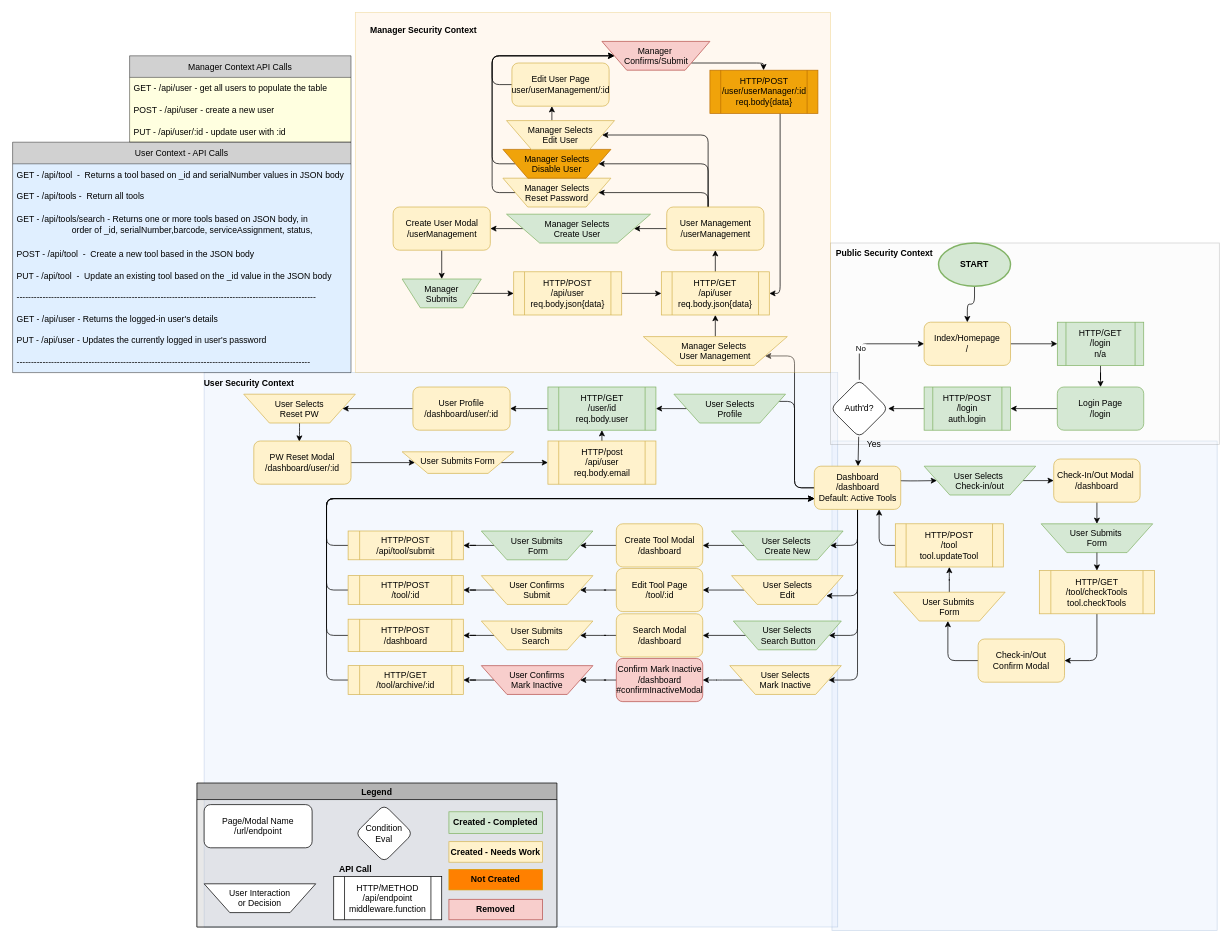
The draw.io diagram designDocument/apiTree.drawio in DaveLuhman/toolkeeper, before the edit. Source tidied: cells renumbered, new cells numbered last; positions are measured from the earlier drawing's top-left corner, leaving out a move shared by most shapes. Both pictures are drawn from the tidied source at 72%, with x=0, y=0 at pixel (12, 12).
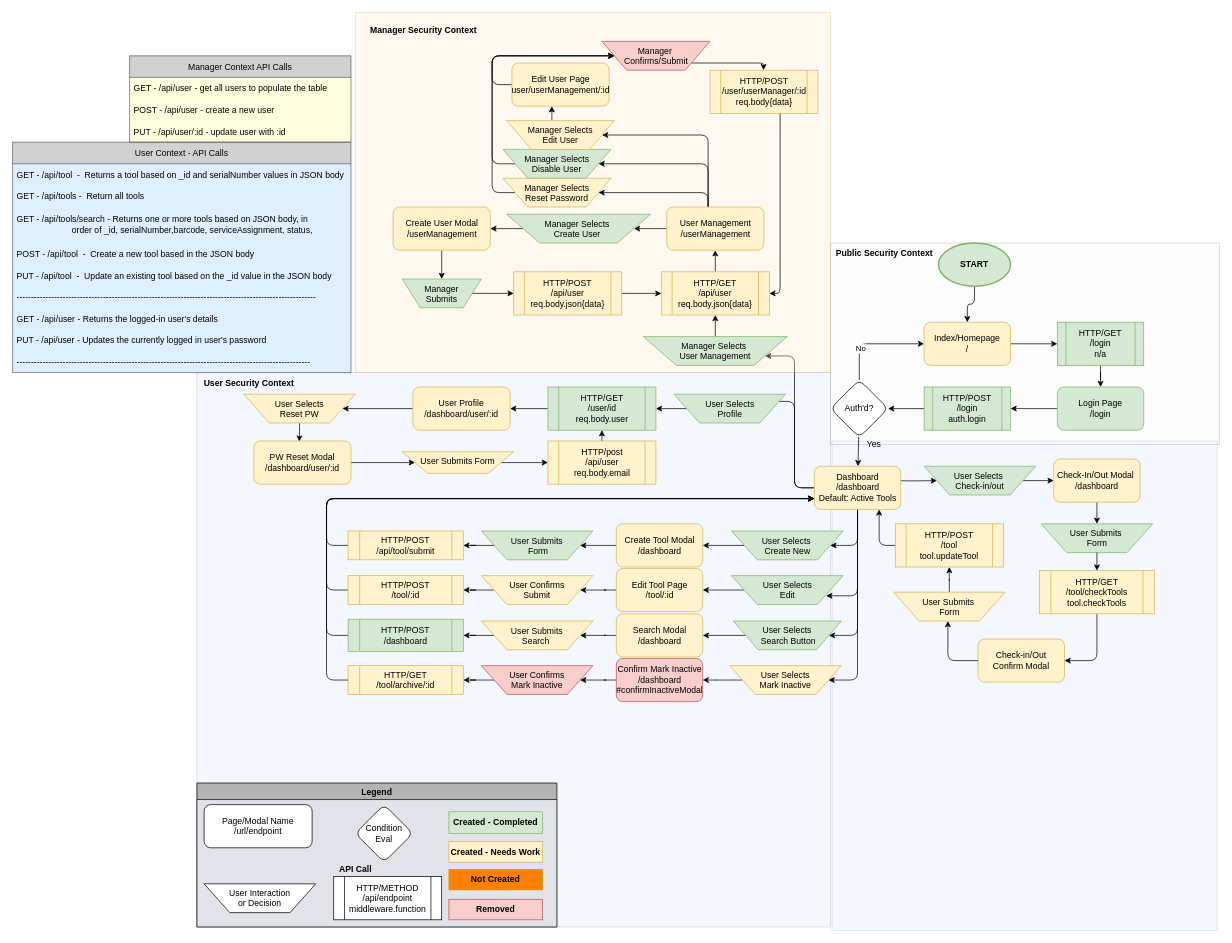
The same diagram, later.

What changed in the source:
```diff
@@
     <mxCell id="3" style="rounded=0;whiteSpace=wrap;html=1;fillColor=#dae8fc;opacity=30;strokeColor=#6c8ebf;" parent="1" vertex="1">
-      <mxGeometry x="266" y="500" width="880" height="770" as="geometry" />
+      <mxGeometry x="256" y="500" width="880" height="770" as="geometry" />
     </mxCell>
@@
-    <mxCell id="29" value="HTTP/POST&lt;br&gt;/dashboard" style="shape=process;whiteSpace=wrap;html=1;backgroundOutline=1;fillColor=#fff2cc;strokeColor=#d6b656;" parent="1" vertex="1">
+    <mxCell id="29" value="HTTP/POST&lt;br&gt;/dashboard" style="shape=process;whiteSpace=wrap;html=1;backgroundOutline=1;fillColor=#d5e8d4;strokeColor=#82b366;" parent="1" vertex="1">
       <mxGeometry x="466" y="842.5" width="160" height="45" as="geometry" />
     </mxCell>
@@
-    <mxCell id="31" value="User Selects&lt;br&gt;Edit" style="verticalLabelPosition=middle;verticalAlign=top;html=1;shape=trapezoid;perimeter=trapezoidPerimeter;whiteSpace=wrap;size=0.23;arcSize=10;flipV=1;labelPosition=center;align=center;fontFamily=Helvetica;fontSize=12;strokeColor=#d6b656;fillColor=#fff2cc;" parent="1" vertex="1">
+    <mxCell id="31" value="User Selects&lt;br&gt;Edit" style="verticalLabelPosition=middle;verticalAlign=top;html=1;shape=trapezoid;perimeter=trapezoidPerimeter;whiteSpace=wrap;size=0.23;arcSize=10;flipV=1;labelPosition=center;align=center;fontFamily=Helvetica;fontSize=12;strokeColor=#82b366;fillColor=#d5e8d4;" parent="1" vertex="1">
       <mxGeometry x="998.5" y="782" width="155" height="40" as="geometry" />
     </mxCell>
@@
-    <mxCell id="86" value="Manager Selects&amp;nbsp;&lt;br&gt;User Management" style="verticalLabelPosition=middle;verticalAlign=top;html=1;shape=trapezoid;perimeter=trapezoidPerimeter;whiteSpace=wrap;size=0.23;arcSize=10;flipV=1;labelPosition=center;align=center;fontFamily=Helvetica;fontSize=12;strokeColor=#d6b656;fillColor=#fff2cc;" parent="1" vertex="1">
+    <mxCell id="86" value="Manager Selects&amp;nbsp;&lt;br&gt;User Management" style="verticalLabelPosition=middle;verticalAlign=top;html=1;shape=trapezoid;perimeter=trapezoidPerimeter;whiteSpace=wrap;size=0.23;arcSize=10;flipV=1;labelPosition=center;align=center;fontFamily=Helvetica;fontSize=12;strokeColor=#82b366;fillColor=#d5e8d4;" parent="1" vertex="1">
       <mxGeometry x="876" y="450" width="200" height="40" as="geometry" />
     </mxCell>
@@
-    <mxCell id="105" value="Manager Selects&lt;br&gt;Disable User" style="verticalLabelPosition=middle;verticalAlign=top;html=1;shape=trapezoid;perimeter=trapezoidPerimeter;whiteSpace=wrap;size=0.23;arcSize=10;flipV=1;labelPosition=center;align=center;fontFamily=Helvetica;fontSize=12;fontColor=#000000;strokeColor=#BD7000;fillColor=#f0a30a;" parent="1" vertex="1">
+    <mxCell id="105" value="Manager Selects&lt;br&gt;Disable User" style="verticalLabelPosition=middle;verticalAlign=top;html=1;shape=trapezoid;perimeter=trapezoidPerimeter;whiteSpace=wrap;size=0.23;arcSize=10;flipV=1;labelPosition=center;align=center;fontFamily=Helvetica;fontSize=12;strokeColor=#82b366;fillColor=#d5e8d4;" parent="1" vertex="1">
       <mxGeometry x="681" y="190" width="150" height="40" as="geometry" />
     </mxCell>
@@
-    <mxCell id="113" value="HTTP/POST&lt;br&gt;/user/userManager/:id&lt;br&gt;req.body{data}" style="shape=process;whiteSpace=wrap;html=1;backgroundOutline=1;fillColor=#f0a30a;fontColor=#000000;strokeColor=#BD7000;" parent="1" vertex="1">
+    <mxCell id="113" value="HTTP/POST&lt;br&gt;/user/userManager/:id&lt;br&gt;req.body{data}" style="shape=process;whiteSpace=wrap;html=1;backgroundOutline=1;fillColor=#fff2cc;strokeColor=#d6b656;" parent="1" vertex="1">
       <mxGeometry x="968.5" y="80" width="150" height="60" as="geometry" />
     </mxCell>
```
